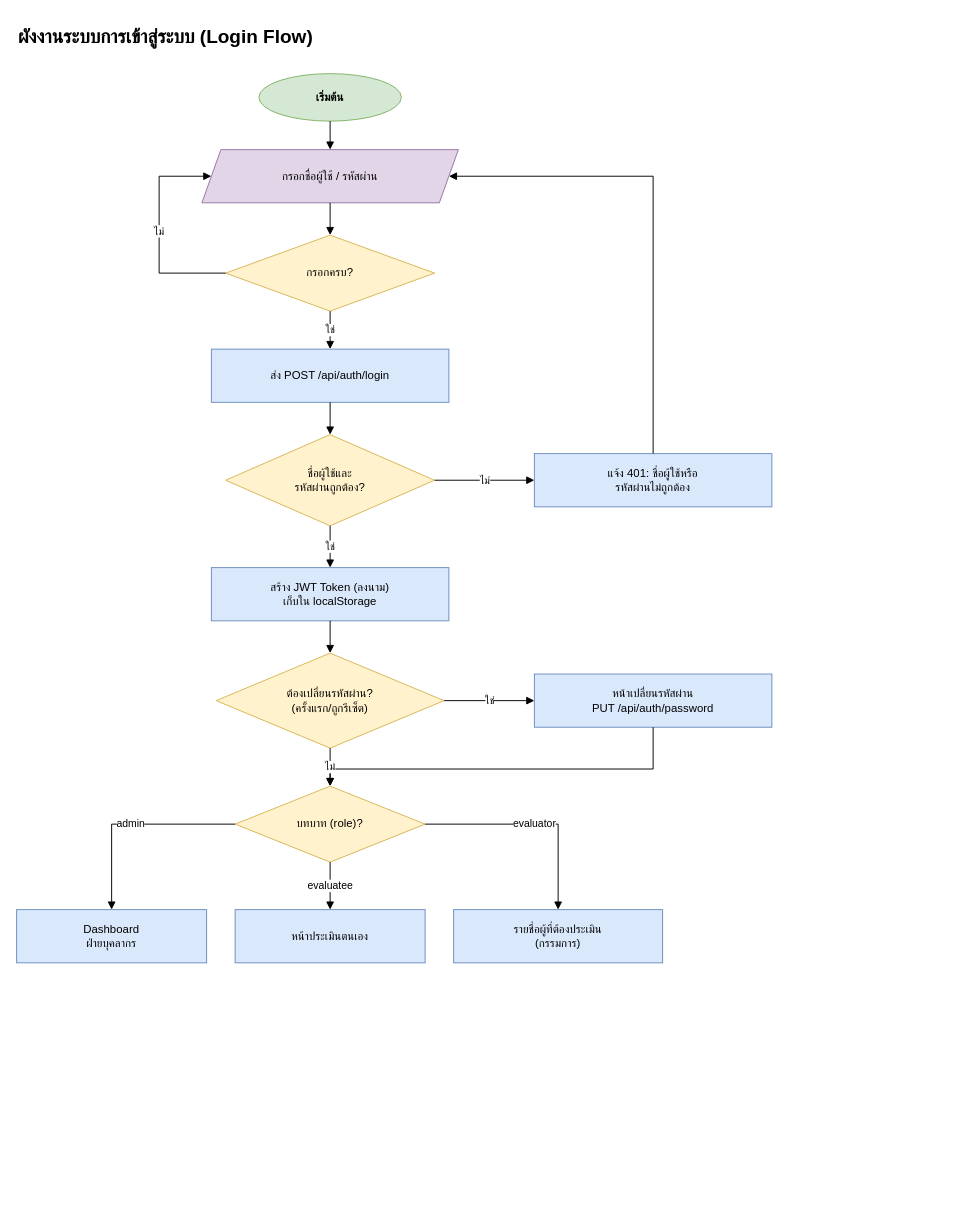
pushsuker/pic-skill-v4 keeps this draw.io diagram as page "1.1 Login Flow" (1 of 5) of คู่มือซ้อม-2569/งานออกแบบ/1-ผังงาน.drawio. Above is the earlier version. Source tidied: cells renumbered, new cells numbered last; positions are measured from the earlier drawing's top-left corner, leaving out a move shared by most shapes. Both pictures are drawn from the tidied source at 95%, with x=0, y=0 at pixel (16, 16).
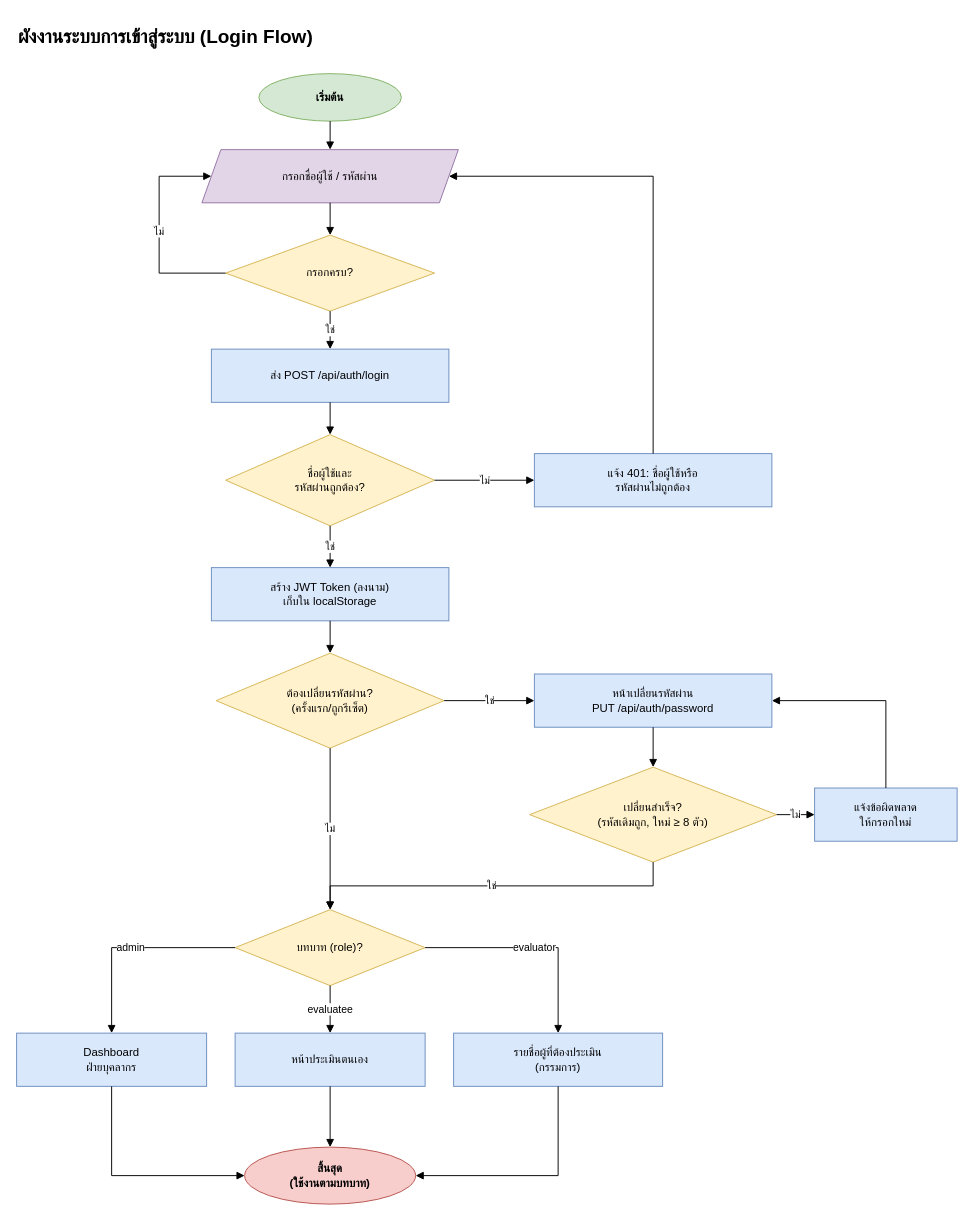
After the change.

Unchanged cells that the change refers to:
```xml
<mxCell id="11" value="หน้าเปลี่ยนรหัสผ่าน&lt;br&gt;PUT /api/auth/password" style="rounded=0;whiteSpace=wrap;html=1;fillColor=#dae8fc;strokeColor=#6c8ebf;" parent="1" vertex="1">
  <mxGeometry x="545" y="692" width="250" height="56" as="geometry" />
</mxCell>
```

The edit, as a diff of the source:
```diff
@@
+    <mxCell id="31" value="เปลี่ยนสำเร็จ?&lt;br&gt;(รหัสเดิมถูก, ใหม่ ≥ 8 ตัว)" style="rhombus;whiteSpace=wrap;html=1;fillColor=#fff2cc;strokeColor=#d6b656;" parent="1" vertex="1">
+      <mxGeometry x="540" y="790" width="260" height="100" as="geometry" />
+    </mxCell>
+    <mxCell id="32" value="แจ้งข้อผิดพลาด&lt;br&gt;ให้กรอกใหม่" style="rounded=0;whiteSpace=wrap;html=1;fillColor=#dae8fc;strokeColor=#6c8ebf;" parent="1" vertex="1">
+      <mxGeometry x="840" y="812" width="150" height="56" as="geometry" />
+    </mxCell>
     <mxCell id="12" value="บทบาท (role)?" style="rhombus;whiteSpace=wrap;html=1;fillColor=#fff2cc;strokeColor=#d6b656;" parent="1" vertex="1">
-      <mxGeometry x="230" y="810" width="200" height="80" as="geometry" />
+      <mxGeometry x="230" y="940" width="200" height="80" as="geometry" />
     </mxCell>
     <mxCell id="13" value="Dashboard&lt;br&gt;ฝ่ายบุคลากร" style="rounded=0;whiteSpace=wrap;html=1;fillColor=#dae8fc;strokeColor=#6c8ebf;" parent="1" vertex="1">
-      <mxGeometry y="940" width="200" height="56" as="geometry" />
+      <mxGeometry y="1070" width="200" height="56" as="geometry" />
     </mxCell>
     <mxCell id="14" value="หน้าประเมินตนเอง" style="rounded=0;whiteSpace=wrap;html=1;fillColor=#dae8fc;strokeColor=#6c8ebf;" parent="1" vertex="1">
-      <mxGeometry x="230" y="940" width="200" height="56" as="geometry" />
+      <mxGeometry x="230" y="1070" width="200" height="56" as="geometry" />
     </mxCell>
     <mxCell id="15" value="รายชื่อผู้ที่ต้องประเมิน&lt;br&gt;(กรรมการ)" style="rounded=0;whiteSpace=wrap;html=1;fillColor=#dae8fc;strokeColor=#6c8ebf;" parent="1" vertex="1">
-      <mxGeometry x="460" y="940" width="220" height="56" as="geometry" />
+      <mxGeometry x="460" y="1070" width="220" height="56" as="geometry" />
     </mxCell>
+    <mxCell id="33" value="สิ้นสุด&lt;br&gt;(ใช้งานตามบทบาท)" style="ellipse;whiteSpace=wrap;html=1;fillColor=#f8cecc;strokeColor=#b85450;fontStyle=1;" parent="1" vertex="1">
+      <mxGeometry x="240" y="1190" width="180" height="60" as="geometry" />
+    </mxCell>
@@
+    <mxCell id="34" style="edgeStyle=orthogonalEdgeStyle;rounded=0;html=1;endArrow=block;endFill=1;exitX=0.5;exitY=1;entryX=0.5;entryY=0;" parent="1" edge="1" source="11" target="31">
+      <mxGeometry relative="1" as="geometry" />
+    </mxCell>
+    <mxCell id="35" value="ไม่" style="edgeStyle=orthogonalEdgeStyle;rounded=0;html=1;endArrow=block;endFill=1;exitX=1;exitY=0.5;entryX=0;entryY=0.5;" parent="1" edge="1" source="31" target="32">
+      <mxGeometry relative="1" as="geometry" />
+    </mxCell>
+    <mxCell id="36" style="edgeStyle=orthogonalEdgeStyle;rounded=0;html=1;endArrow=block;endFill=1;exitX=0.5;exitY=0;entryX=1;entryY=0.5;" parent="1" edge="1" source="32" target="11">
+      <mxGeometry relative="1" as="geometry">
+        <Array as="points">
+          <mxPoint x="915" y="720" />
+        </Array>
+      </mxGeometry>
+    </mxCell>
-    <mxCell id="26" style="edgeStyle=orthogonalEdgeStyle;rounded=0;html=1;endArrow=block;endFill=1;exitX=0.5;exitY=1;entryX=0.5;entryY=0;" parent="1" edge="1" source="11" target="12">
+    <mxCell id="26" value="ใช่" style="edgeStyle=orthogonalEdgeStyle;rounded=0;html=1;endArrow=block;endFill=1;exitX=0.5;exitY=1;entryX=0.5;entryY=0;" parent="1" edge="1" source="31" target="12">
       <mxGeometry relative="1" as="geometry">
         <Array as="points">
-          <mxPoint x="670" y="792" />
+          <mxPoint x="670" y="915" />
+          <mxPoint x="330" y="915" />
         </Array>
       </mxGeometry>
     </mxCell>
@@
+    <mxCell id="37" style="edgeStyle=orthogonalEdgeStyle;rounded=0;html=1;endArrow=block;endFill=1;exitX=0.5;exitY=1;entryX=0;entryY=0.5;" parent="1" edge="1" source="13" target="33">
+      <mxGeometry relative="1" as="geometry">
+        <Array as="points">
+          <mxPoint x="100" y="1220" />
+        </Array>
+      </mxGeometry>
+    </mxCell>
+    <mxCell id="38" style="edgeStyle=orthogonalEdgeStyle;rounded=0;html=1;endArrow=block;endFill=1;exitX=0.5;exitY=1;entryX=0.5;entryY=0;" parent="1" edge="1" source="14" target="33">
+      <mxGeometry relative="1" as="geometry" />
+    </mxCell>
+    <mxCell id="39" style="edgeStyle=orthogonalEdgeStyle;rounded=0;html=1;endArrow=block;endFill=1;exitX=0.5;exitY=1;entryX=1;entryY=0.5;" parent="1" edge="1" source="15" target="33">
+      <mxGeometry relative="1" as="geometry">
+        <Array as="points">
+          <mxPoint x="570" y="1220" />
+        </Array>
+      </mxGeometry>
+    </mxCell>
```
